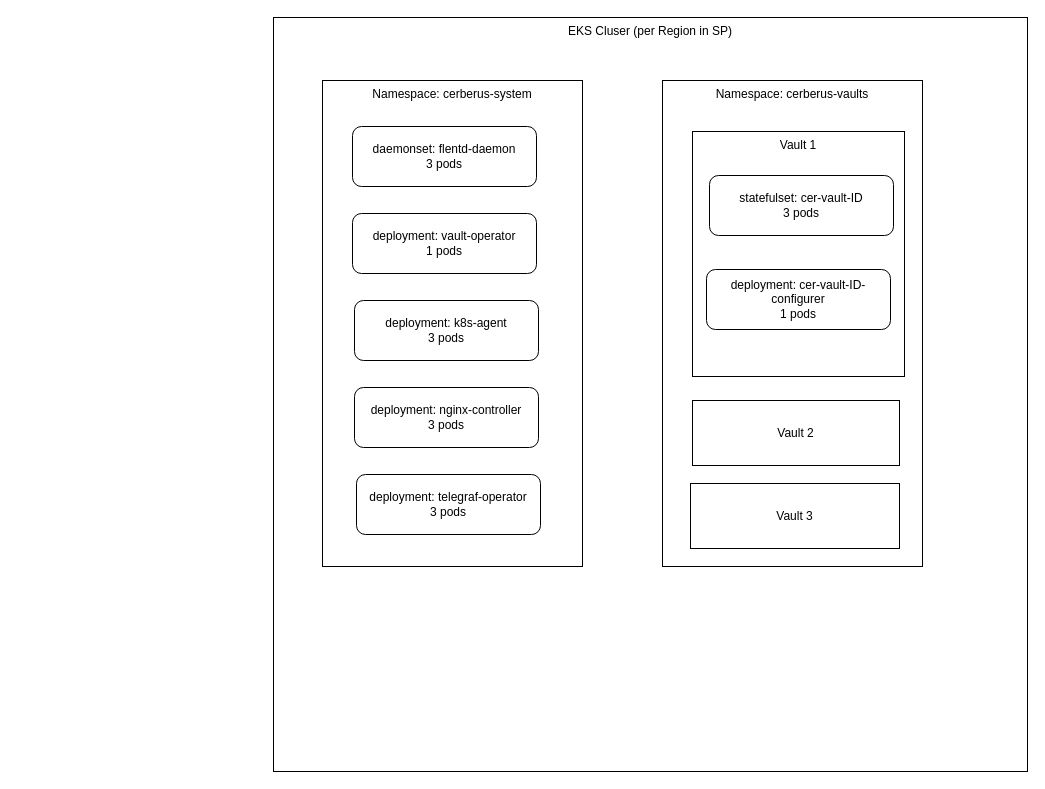
Before: page "Page-1" (1 of 2) of EKS Cluster.drawio in Albert-W/Draw_io, a draw.io diagram. Source tidied: cells renumbered, new cells numbered last; positions are measured from the earlier drawing's top-left corner, leaving out a move shared by most shapes. Both pictures are drawn from the tidied source at 100%, with x=0, y=0 at pixel (273, 17).
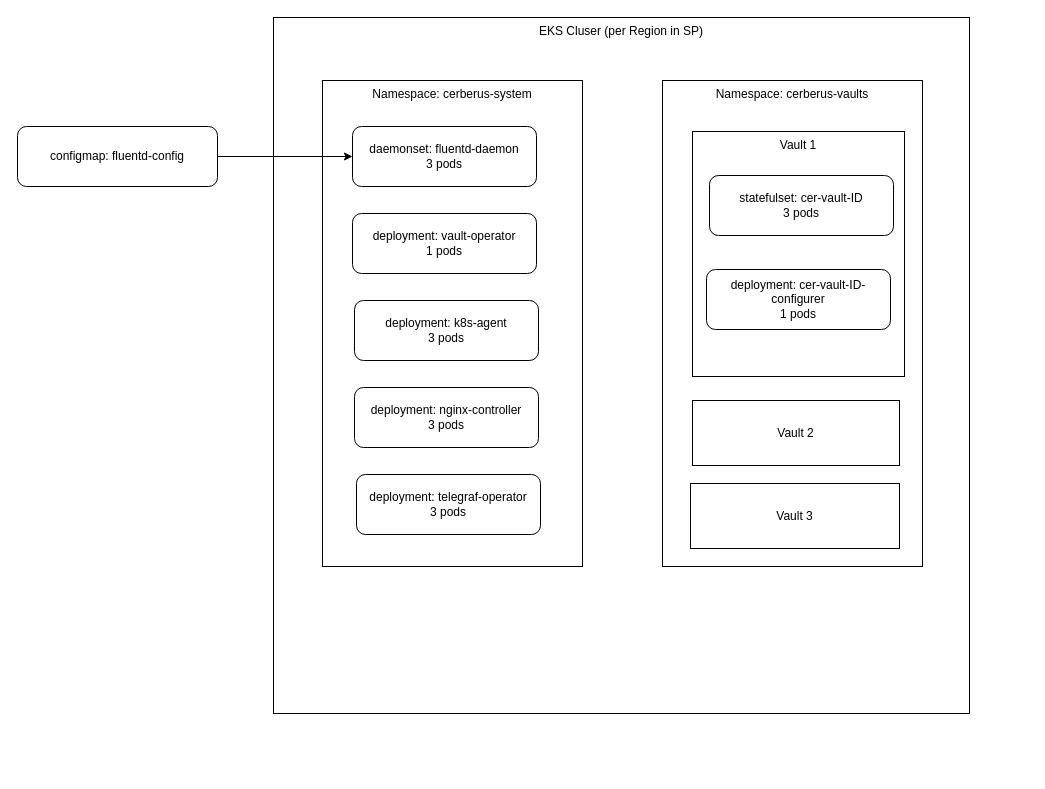
The same page after the edit.

Diff of the diagram source:
```diff
@@
 <mxGraphModel>
   <root>
     <mxCell id="0" />
     <mxCell id="1" parent="0" />
     <mxCell id="2" value="EKS Cluser (per Region in SP)" style="whiteSpace=wrap;html=1;verticalAlign=top;" parent="1" vertex="1">
-      <mxGeometry width="754" height="754" as="geometry" />
+      <mxGeometry width="696" height="696" as="geometry" />
     </mxCell>
     <mxCell id="3" value="Namespace: cerberus-system" style="rounded=0;whiteSpace=wrap;html=1;verticalAlign=top;" parent="1" vertex="1">
       <mxGeometry x="49" y="63" width="260" height="486" as="geometry" />
     </mxCell>
     <mxCell id="4" value="Namespace: cerberus-vaults" style="rounded=0;whiteSpace=wrap;html=1;verticalAlign=top;" parent="1" vertex="1">
       <mxGeometry x="389" y="63" width="260" height="486" as="geometry" />
     </mxCell>
-    <mxCell id="5" value="daemonset: flentd-daemon&lt;br&gt;3 pods" style="rounded=1;whiteSpace=wrap;html=1;" parent="1" vertex="1">
+    <mxCell id="5" value="daemonset: fluentd-daemon&lt;br&gt;3 pods" style="rounded=1;whiteSpace=wrap;html=1;" parent="1" vertex="1">
       <mxGeometry x="79" y="109" width="184" height="60" as="geometry" />
     </mxCell>
     <mxCell id="6" value="deployment: vault-operator&lt;br&gt;1 pods" style="rounded=1;whiteSpace=wrap;html=1;" parent="1" vertex="1">
       <mxGeometry x="79" y="196" width="184" height="60" as="geometry" />
     </mxCell>
     <mxCell id="7" value="deployment: k8s-agent&lt;br&gt;3 pods" style="rounded=1;whiteSpace=wrap;html=1;" parent="1" vertex="1">
       <mxGeometry x="81" y="283" width="184" height="60" as="geometry" />
     </mxCell>
     <mxCell id="8" value="deployment: nginx-controller&lt;br&gt;3 pods" style="rounded=1;whiteSpace=wrap;html=1;" parent="1" vertex="1">
       <mxGeometry x="81" y="370" width="184" height="60" as="geometry" />
     </mxCell>
     <mxCell id="9" value="deployment: telegraf-operator&lt;br&gt;3 pods" style="rounded=1;whiteSpace=wrap;html=1;" parent="1" vertex="1">
       <mxGeometry x="83" y="457" width="184" height="60" as="geometry" />
     </mxCell>
     <mxCell id="10" value="Vault 1" style="rounded=0;whiteSpace=wrap;html=1;verticalAlign=top;" parent="1" vertex="1">
       <mxGeometry x="419" y="114" width="212" height="245" as="geometry" />
     </mxCell>
     <mxCell id="11" value="Vault 2" style="rounded=0;whiteSpace=wrap;html=1;" parent="1" vertex="1">
       <mxGeometry x="419" y="383" width="207" height="65" as="geometry" />
     </mxCell>
     <mxCell id="12" value="Vault 3" style="rounded=0;whiteSpace=wrap;html=1;" parent="1" vertex="1">
       <mxGeometry x="417" y="466" width="209" height="65" as="geometry" />
     </mxCell>
     <mxCell id="13" value="statefulset: cer-vault-ID&lt;br&gt;3 pods" style="rounded=1;whiteSpace=wrap;html=1;" parent="1" vertex="1">
       <mxGeometry x="436" y="158" width="184" height="60" as="geometry" />
     </mxCell>
     <mxCell id="14" value="deployment: cer-vault-ID-configurer&lt;br&gt;1 pods" style="rounded=1;whiteSpace=wrap;html=1;" parent="1" vertex="1">
       <mxGeometry x="433" y="252" width="184" height="60" as="geometry" />
     </mxCell>
+    <mxCell id="15" style="edgeStyle=orthogonalEdgeStyle;rounded=0;jettySize=auto;html=1;exitX=1;exitY=0.5;exitDx=0;exitDy=0;" parent="1" edge="1" source="16" target="5">
+      <mxGeometry relative="1" as="geometry" />
+    </mxCell>
+    <mxCell id="16" value="configmap: fluentd-config" style="rounded=1;whiteSpace=wrap;html=1;" parent="1" vertex="1">
+      <mxGeometry x="-256" y="109" width="200" height="60" as="geometry" />
+    </mxCell>
   </root>
 </mxGraphModel>
```
